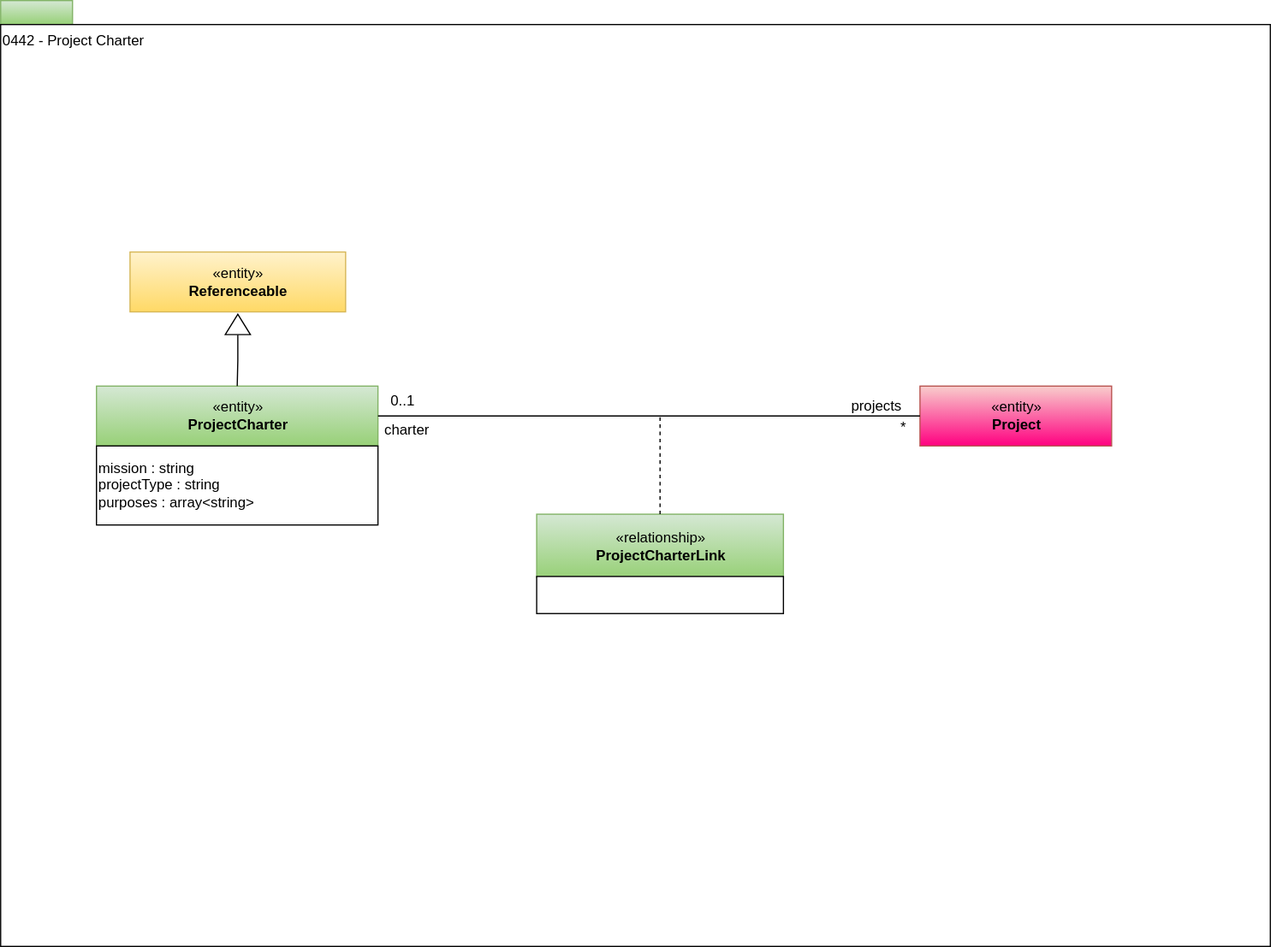
The draw.io diagram site/docs/types/4/0442-Project-Charter.svg in odpi/egeria-docs, before a commit. Source tidied: cells renumbered, new cells last; positions are measured from the earlier drawing's top-left corner, leaving out a move shared by most shapes. Its diagram source:
```xml
<mxGraphModel>
  <root>
    <mxCell id="0" />
    <mxCell id="1" parent="0" />
    <mxCell id="2" style="rounded=0;whiteSpace=wrap;html=1;align=left;fillColor=#d5e8d4;strokeColor=#82b366;gradientColor=#97d077;" parent="1" vertex="1">
      <mxGeometry width="60" height="20" as="geometry" />
    </mxCell>
    <mxCell id="3" value="0442 - Project Charter" style="rounded=0;whiteSpace=wrap;html=1;align=left;verticalAlign=top;" parent="1" vertex="1">
      <mxGeometry y="20" width="1060" height="770" as="geometry" />
    </mxCell>
    <mxCell id="4" value="«entity»&lt;br&gt;&lt;b&gt;ProjectCharter&lt;/b&gt;" style="html=1;strokeColor=#82b366;align=center;fillColor=#d5e8d4;gradientColor=#97d077;" parent="1" vertex="1">
      <mxGeometry x="80" y="322" width="235" height="50" as="geometry" />
    </mxCell>
    <mxCell id="5" value="«entity»&lt;br&gt;&lt;b&gt;Referenceable&lt;/b&gt;" style="html=1;strokeColor=#d6b656;align=center;fillColor=#fff2cc;gradientColor=#ffd966;" parent="1" vertex="1">
      <mxGeometry x="108" y="210" width="180" height="50" as="geometry" />
    </mxCell>
    <mxCell id="6" style="edgeStyle=orthogonalEdgeStyle;rounded=0;html=1;exitX=0;exitY=0.5;entryX=0.5;entryY=0;jettySize=auto;endArrow=none;endFill=0;" parent="1" edge="1" source="7" target="4">
      <mxGeometry relative="1" as="geometry" />
    </mxCell>
    <mxCell id="7" style="triangle;whiteSpace=wrap;html=1;strokeColor=#000000;gradientColor=#ffffff;align=center;rotation=-90;" parent="1" vertex="1">
      <mxGeometry x="189.5" y="260" width="17" height="21" as="geometry" />
    </mxCell>
    <mxCell id="8" value="mission : string&lt;br&gt;projectType : string&lt;br&gt;purposes : array&amp;lt;string&amp;gt;" style="rounded=0;whiteSpace=wrap;html=1;strokeColor=#000000;gradientColor=#ffffff;align=left;" parent="1" vertex="1">
      <mxGeometry x="80" y="372" width="235" height="66" as="geometry" />
    </mxCell>
    <mxCell id="9" value="«entity»&lt;br&gt;&lt;b&gt;Project&lt;/b&gt;" style="html=1;strokeColor=#b85450;align=center;fillColor=#f8cecc;gradientColor=#FF0080;" parent="1" vertex="1">
      <mxGeometry x="767.5" y="322" width="160" height="50" as="geometry" />
    </mxCell>
    <mxCell id="10" style="edgeStyle=orthogonalEdgeStyle;rounded=0;html=1;jettySize=auto;endArrow=none;endFill=0;exitX=1;exitY=0.5;exitDx=0;exitDy=0;" parent="1" edge="1" source="4" target="9">
      <mxGeometry relative="1" as="geometry" />
    </mxCell>
    <mxCell id="11" value="*" style="text;html=1;strokeColor=none;fillColor=none;align=center;verticalAlign=middle;whiteSpace=wrap;rounded=0;" parent="1" vertex="1">
      <mxGeometry x="740.5" y="348" width="26" height="18" as="geometry" />
    </mxCell>
    <mxCell id="12" value="«relationship»&lt;br&gt;&lt;b&gt;ProjectCharterLink&lt;/b&gt;" style="html=1;strokeColor=#82b366;align=center;fillColor=#d5e8d4;gradientColor=#97d077;" parent="1" vertex="1">
      <mxGeometry x="447.5" y="429" width="206" height="53" as="geometry" />
    </mxCell>
    <mxCell id="13" style="endArrow=none;dashed=1;html=1;" parent="1" edge="1" target="12">
      <mxGeometry relative="1" as="geometry">
        <mxPoint x="550.5" y="348" as="sourcePoint" />
      </mxGeometry>
    </mxCell>
    <mxCell id="14" style="rounded=0;whiteSpace=wrap;html=1;strokeColor=#000000;gradientColor=#ffffff;align=left;" parent="1" vertex="1">
      <mxGeometry x="447.5" y="481" width="206" height="31" as="geometry" />
    </mxCell>
    <mxCell id="15" value="projects" style="text;html=1;strokeColor=none;fillColor=none;align=center;verticalAlign=middle;whiteSpace=wrap;rounded=0;" parent="1" vertex="1">
      <mxGeometry x="696.5" y="329" width="69" height="20" as="geometry" />
    </mxCell>
    <mxCell id="16" value="charter" style="text;html=1;strokeColor=none;fillColor=none;align=center;verticalAlign=middle;whiteSpace=wrap;rounded=0;" parent="1" vertex="1">
      <mxGeometry x="315" y="348.5" width="48.5" height="20" as="geometry" />
    </mxCell>
    <mxCell id="17" value="0..1" style="text;html=1;strokeColor=none;fillColor=none;align=center;verticalAlign=middle;whiteSpace=wrap;rounded=0;" parent="1" vertex="1">
      <mxGeometry x="323" y="325.5" width="26" height="18" as="geometry" />
    </mxCell>
  </root>
</mxGraphModel>
```
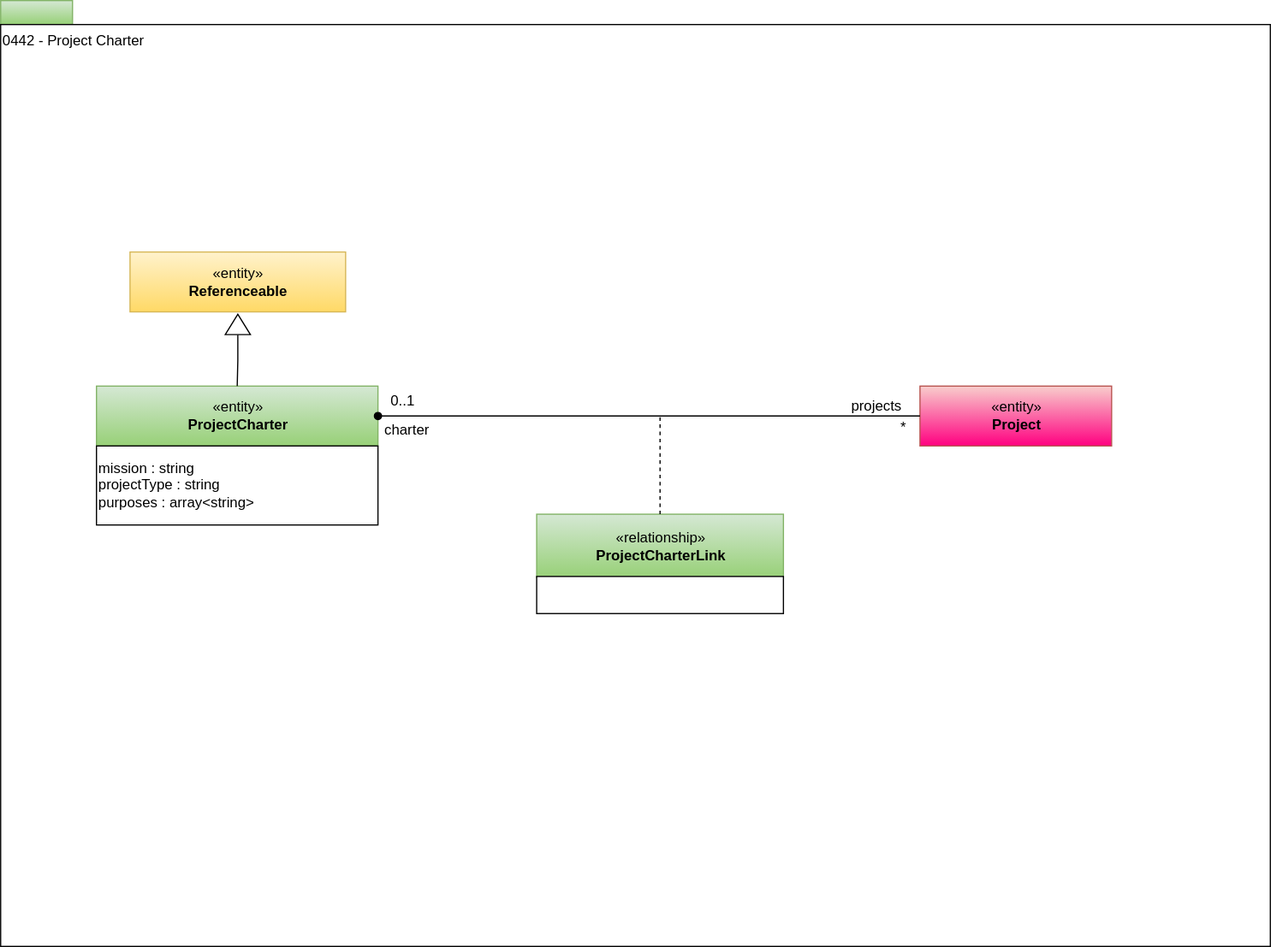
Later version of the same file.

Diff of the diagram source:
```diff
@@ -26,7 +26,7 @@
     <mxCell id="9" value="«entity»&lt;br&gt;&lt;b&gt;Project&lt;/b&gt;" style="html=1;strokeColor=#b85450;align=center;fillColor=#f8cecc;gradientColor=#FF0080;" parent="1" vertex="1">
       <mxGeometry x="767.5" y="322" width="160" height="50" as="geometry" />
     </mxCell>
-    <mxCell id="10" style="edgeStyle=orthogonalEdgeStyle;rounded=0;html=1;jettySize=auto;endArrow=none;endFill=0;exitX=1;exitY=0.5;exitDx=0;exitDy=0;" parent="1" edge="1" source="4" target="9">
+    <mxCell id="10" style="edgeStyle=orthogonalEdgeStyle;rounded=0;html=1;jettySize=auto;endArrow=none;endFill=0;exitX=1;exitY=0.5;exitDx=0;exitDy=0;startArrow=oval;startFill=1;" parent="1" edge="1" source="4" target="9">
       <mxGeometry relative="1" as="geometry" />
     </mxCell>
     <mxCell id="11" value="*" style="text;html=1;strokeColor=none;fillColor=none;align=center;verticalAlign=middle;whiteSpace=wrap;rounded=0;" parent="1" vertex="1">
```
